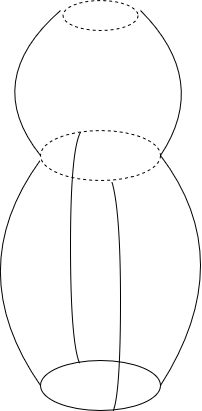
This is Diagram bez tytułu.png from adamski83/sklep, a draw.io export, as it was before one commit. Source tidied: cells renumbered, new cells last; positions are measured from the earlier drawing's top-left corner, leaving out a move shared by most shapes.
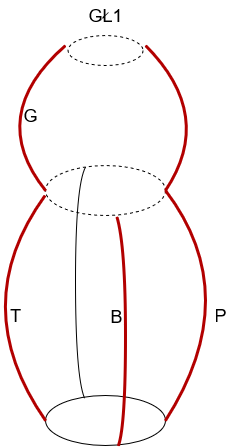
The same diagram one commit later.

What changed in the source:
```diff
@@ -11,14 +11,14 @@
     <mxCell id="4" style="edgeStyle=orthogonalEdgeStyle;orthogonalLoop=1;jettySize=auto;html=1;exitX=0.5;exitY=1;exitDx=0;exitDy=0;" parent="1" edge="1" source="2" target="2">
       <mxGeometry relative="1" as="geometry" />
     </mxCell>
-    <mxCell id="5" style="endArrow=none;html=1;exitX=1;exitY=0.5;exitDx=0;exitDy=0;entryX=1;entryY=0.5;entryDx=0;entryDy=0;curved=1;sketch=0;" parent="1" edge="1" source="3" target="2">
+    <mxCell id="5" style="endArrow=none;html=1;exitX=1;exitY=0.5;exitDx=0;exitDy=0;entryX=1;entryY=0.5;entryDx=0;entryDy=0;curved=1;sketch=0;fillColor=#e51400;strokeColor=#B20000;strokeWidth=3;" parent="1" edge="1" source="3" target="2">
       <mxGeometry relative="1" as="geometry">
         <Array as="points">
           <mxPoint x="280" y="260" />
         </Array>
       </mxGeometry>
     </mxCell>
-    <mxCell id="6" style="endArrow=none;html=1;exitX=0;exitY=0.5;exitDx=0;exitDy=0;curved=1;" parent="1" edge="1" source="3">
+    <mxCell id="6" style="endArrow=none;html=1;exitX=0;exitY=0.5;exitDx=0;exitDy=0;curved=1;fillColor=#e51400;strokeColor=#B20000;strokeWidth=3;" parent="1" edge="1" source="3">
       <mxGeometry relative="1" as="geometry">
         <mxPoint x="79.6" y="160" as="targetPoint" />
         <Array as="points">
@@ -26,7 +26,7 @@
         </Array>
       </mxGeometry>
     </mxCell>
-    <mxCell id="7" style="endArrow=none;html=1;exitX=0.608;exitY=1;exitDx=0;exitDy=0;exitPerimeter=0;curved=1;entryX=0.595;entryY=1.026;entryDx=0;entryDy=0;entryPerimeter=0;" parent="1" edge="1" source="3" target="2">
+    <mxCell id="7" style="endArrow=none;html=1;exitX=0.608;exitY=1;exitDx=0;exitDy=0;exitPerimeter=0;curved=1;entryX=0.595;entryY=1.026;entryDx=0;entryDy=0;entryPerimeter=0;fillColor=#e51400;strokeColor=#B20000;strokeWidth=3;" parent="1" edge="1" source="3" target="2">
       <mxGeometry relative="1" as="geometry">
         <Array as="points">
           <mxPoint x="160" y="390" />
@@ -34,6 +34,11 @@
         </Array>
       </mxGeometry>
     </mxCell>
+    <mxCell id="12" value="B" style="edgeLabel;html=1;align=center;verticalAlign=middle;fontSize=18;" parent="7" vertex="1">
+      <mxGeometry x="0.12" relative="1" as="geometry">
+        <mxPoint x="-10" y="-2.3" as="offset" />
+      </mxGeometry>
+    </mxCell>
     <mxCell id="8" style="endArrow=none;html=1;exitX=0.324;exitY=0.047;exitDx=0;exitDy=0;exitPerimeter=0;entryX=0.334;entryY=0.029;entryDx=0;entryDy=0;entryPerimeter=0;curved=1;" parent="1" edge="1" source="3" target="2">
       <mxGeometry relative="1" as="geometry">
         <Array as="points">
@@ -42,7 +47,7 @@
         </Array>
       </mxGeometry>
     </mxCell>
-    <mxCell id="9" style="endArrow=none;html=1;exitX=0;exitY=0.5;exitDx=0;exitDy=0;curved=1;" parent="1" edge="1">
+    <mxCell id="9" style="endArrow=none;html=1;exitX=0;exitY=0.5;exitDx=0;exitDy=0;curved=1;fillColor=#e51400;strokeColor=#B20000;strokeWidth=3;" parent="1" edge="1">
       <mxGeometry relative="1" as="geometry">
         <mxPoint x="80" y="155" as="sourcePoint" />
         <mxPoint x="100" y="10" as="targetPoint" />
@@ -51,7 +56,7 @@
         </Array>
       </mxGeometry>
     </mxCell>
-    <mxCell id="10" style="endArrow=none;html=1;exitX=0;exitY=0.5;exitDx=0;exitDy=0;curved=1;" parent="1" edge="1">
+    <mxCell id="10" style="endArrow=none;html=1;exitX=0;exitY=0.5;exitDx=0;exitDy=0;curved=1;fillColor=#e51400;strokeColor=#B20000;strokeWidth=3;" parent="1" edge="1">
       <mxGeometry relative="1" as="geometry">
         <mxPoint x="200" y="155" as="sourcePoint" />
         <mxPoint x="180" y="10" as="targetPoint" />
@@ -63,5 +68,17 @@
     <mxCell id="11" style="ellipse;whiteSpace=wrap;html=1;rounded=1;shadow=0;strokeColor=#000000;fillColor=none;dashed=1;" parent="1" vertex="1">
       <mxGeometry x="102.5" width="75" height="30" as="geometry" />
     </mxCell>
+    <mxCell id="13" value="&lt;font style=&quot;font-size: 18px&quot;&gt;T&lt;/font&gt;" style="text;html=1;align=center;verticalAlign=middle;" parent="1" vertex="1">
+      <mxGeometry x="35" y="270" width="30" height="20" as="geometry" />
+    </mxCell>
+    <mxCell id="14" value="P" style="text;html=1;align=center;verticalAlign=middle;fontSize=18;" parent="1" vertex="1">
+      <mxGeometry x="240" y="265" width="30" height="30" as="geometry" />
+    </mxCell>
+    <mxCell id="15" value="G" style="text;html=1;align=center;verticalAlign=middle;fontSize=18;" parent="1" vertex="1">
+      <mxGeometry x="50" y="65" width="30" height="30" as="geometry" />
+    </mxCell>
+    <mxCell id="16" value="GŁ1" style="text;html=1;align=center;verticalAlign=middle;fontSize=18;" parent="1" vertex="1">
+      <mxGeometry x="115" y="-35" width="50" height="30" as="geometry" />
+    </mxCell>
   </root>
 </mxGraphModel>
```
